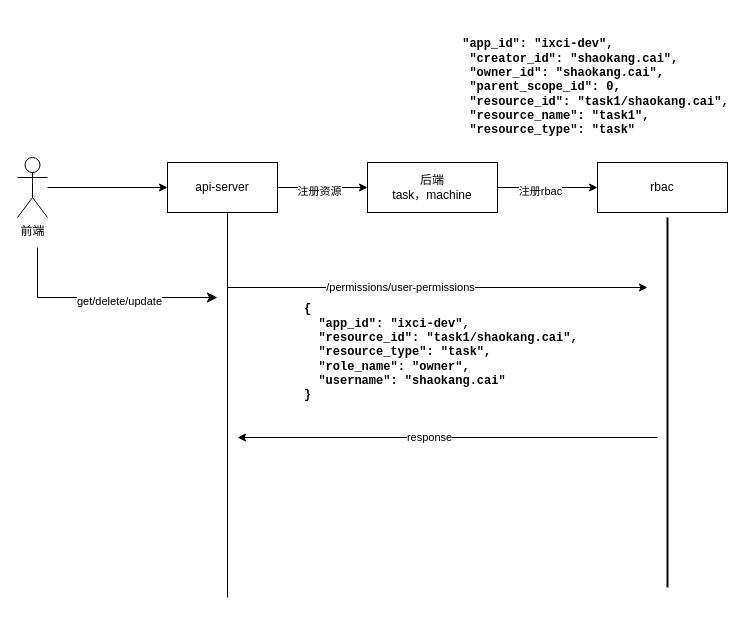
Before: 未命名绘图.drawio in AltarIbnL/AltarIbnL, a draw.io diagram. Source tidied: cells renumbered, new cells numbered last; positions are measured from the earlier drawing's top-left corner, leaving out a move shared by most shapes. Both pictures are drawn from the tidied source at 100%, with x=0, y=0 at pixel (17, 17).
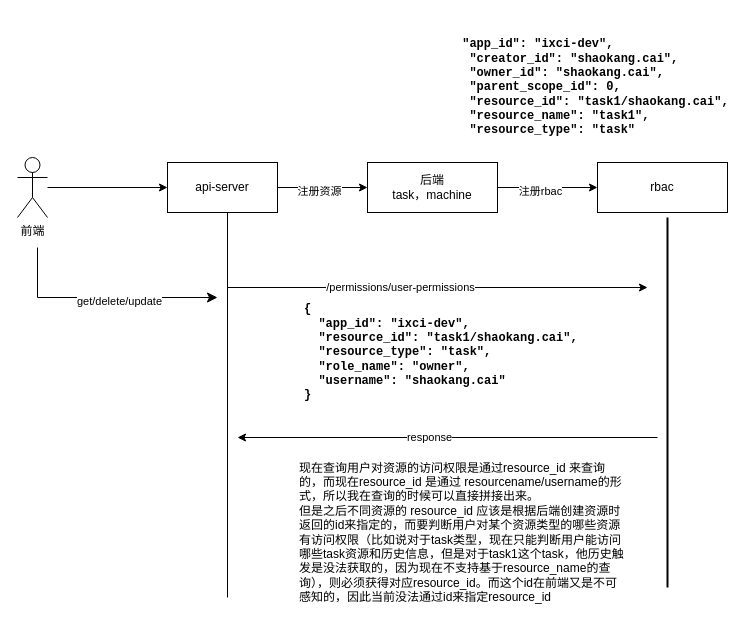
The same page after the edit.

Commit message:
更新未命名绘图.drawio

Diff of the diagram source:
```diff
@@
+    <mxCell id="21" value="现在查询用户对资源的访问权限是通过resource_id 来查询的，而现在resource_id 是通过 resourcename/username的形式，所以我在查询的时候可以直接拼接出来。&lt;div&gt;但是之后不同资源的 resource_id 应该是根据后端创建资源时返回的id来指定的，而要判断用户对某个资源类型的哪些资源有访问权限（比如说对于task类型，现在只能判断用户能访问哪些task资源和历史信息，但是对于task1这个task，他历史触发是没法获取的，因为现在不支持基于resource_name的查询），则必须获得对应resource_id。而这个id在前端又是不可感知的，因此当前没法通过id来指定resource_id&lt;/div&gt;" style="text;html=1;align=left;verticalAlign=middle;whiteSpace=wrap;rounded=0;" parent="1" vertex="1">
+      <mxGeometry x="280" y="440" width="330" height="150" as="geometry" />
+    </mxCell>
```
